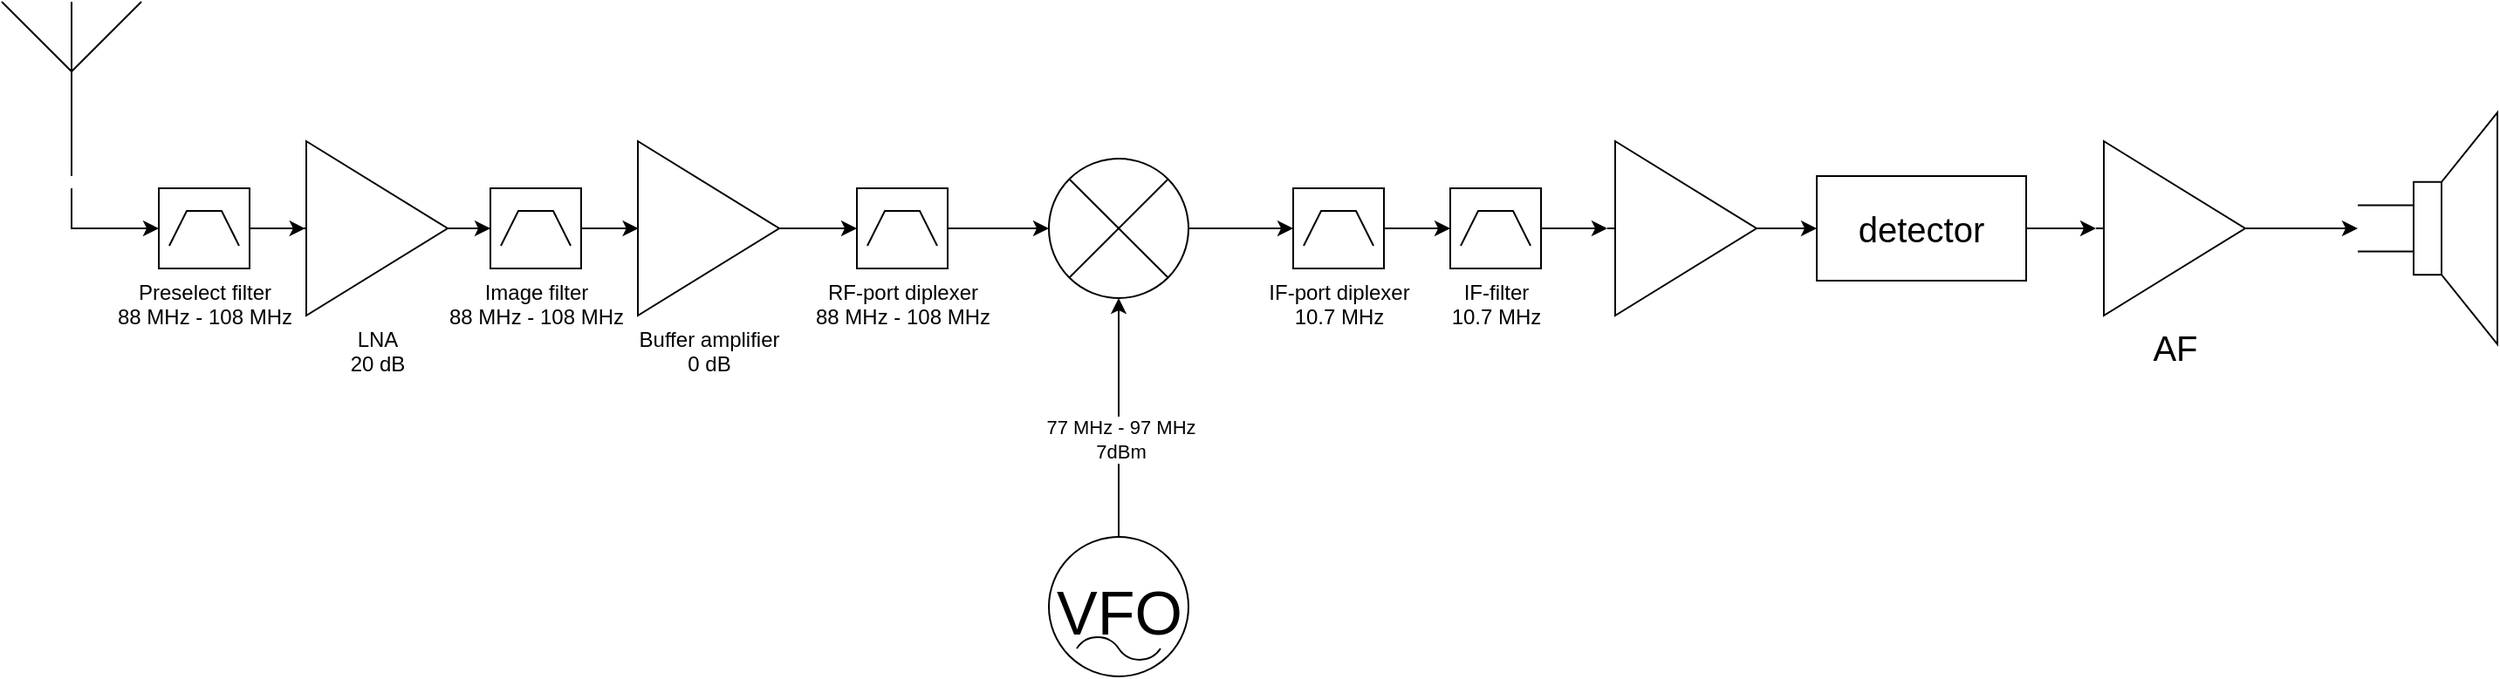
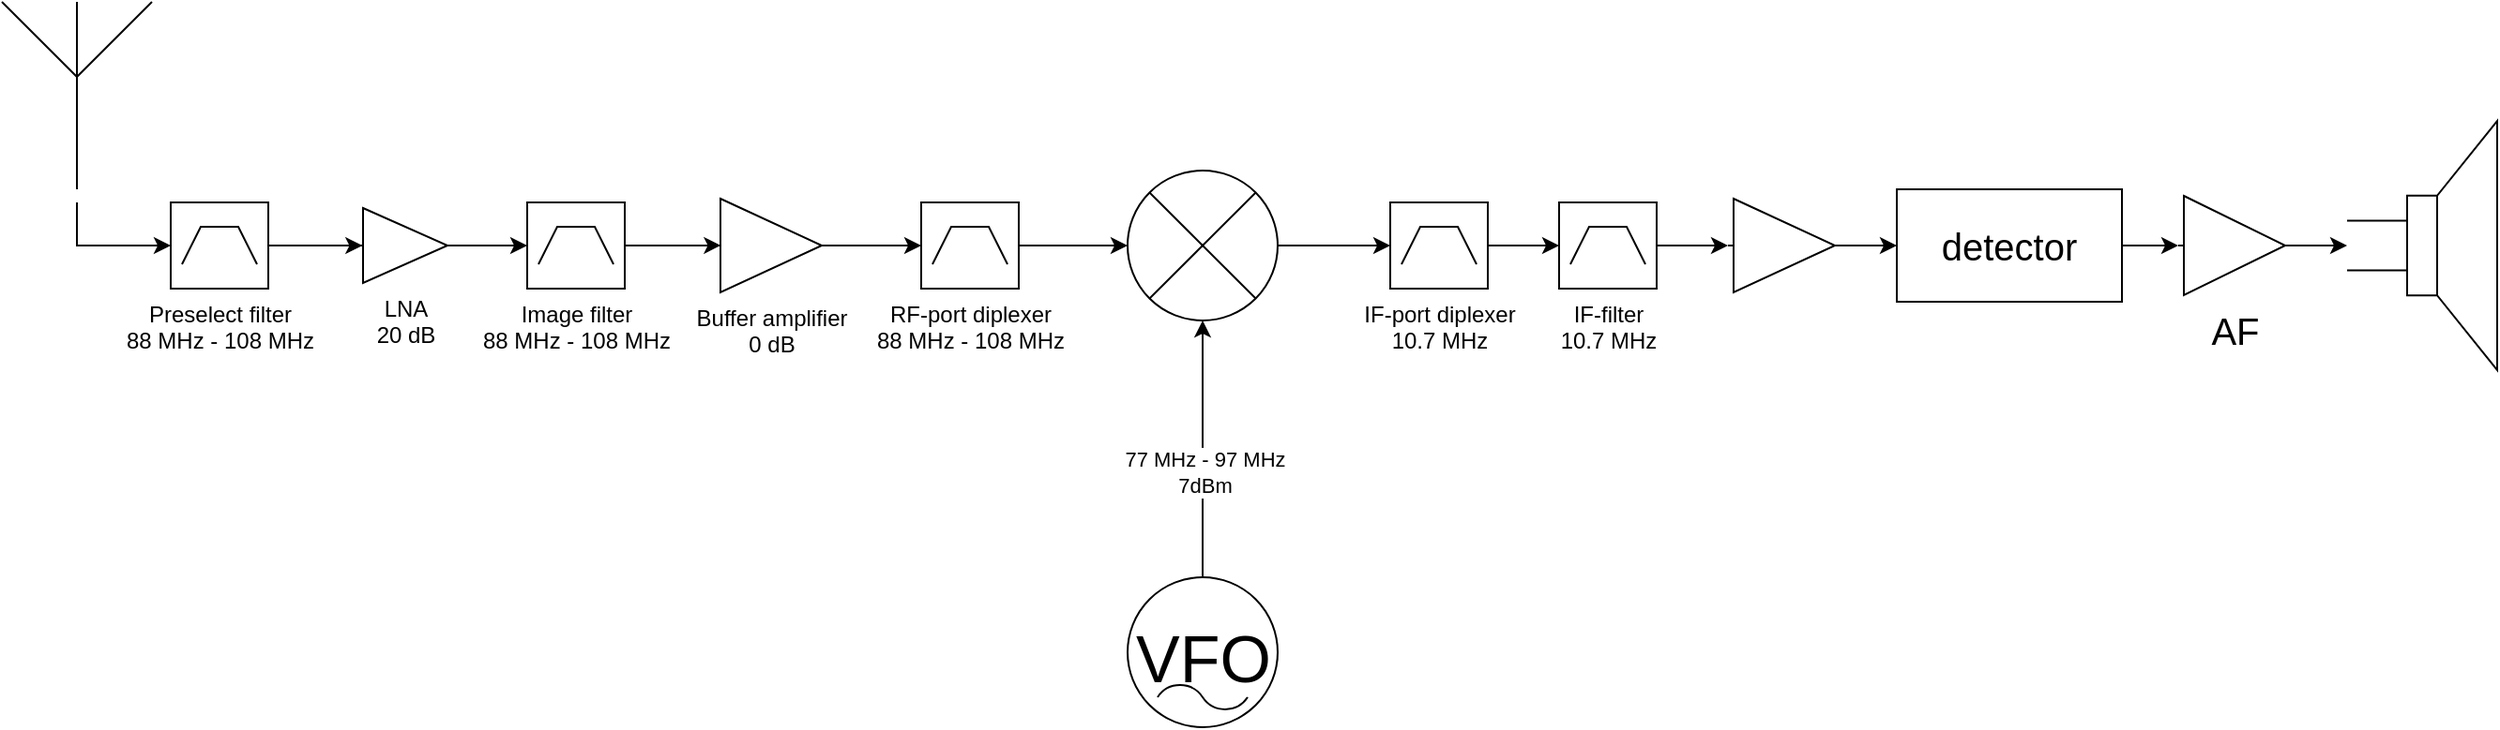
<mxfile host="app.diagrams.net">
  <diagram name="Page-1" id="PCNlbZ1DT6RJRFkFFL8d">
-     <mxGraphModel dx="1836" dy="1093" grid="1" gridSize="10" guides="1" tooltips="1" connect="1" arrows="1" fold="1" page="1" pageScale="1" pageWidth="1654" pageHeight="1169" math="0" shadow="0">
+     <mxGraphModel dx="1285" dy="765" grid="1" gridSize="10" guides="1" tooltips="1" connect="1" arrows="1" fold="1" page="1" pageScale="1" pageWidth="1654" pageHeight="1169" math="0" shadow="0">
      <root>
        <mxCell id="0" />
        <mxCell id="1" parent="0" />
        <mxCell id="W7JS0AQx9z06Z-LZqU3p-1" parent="1" style="verticalLabelPosition=bottom;shadow=0;dashed=0;align=center;html=1;verticalAlign=top;shape=mxgraph.electrical.logic_gates.bandpass_filter;" value="Preselect filter&lt;div&gt;88 MHz - 108 MHz&lt;/div&gt;" vertex="1">
          <mxGeometry height="46" width="52" x="90" y="160" as="geometry" />
        </mxCell>
        <mxCell id="W7JS0AQx9z06Z-LZqU3p-2" parent="1" style="verticalLabelPosition=bottom;shadow=0;dashed=0;align=center;html=1;verticalAlign=top;shape=mxgraph.electrical.radio.aerial_-_antenna_1;" value="" vertex="1">
          <mxGeometry height="100" width="80" y="53" as="geometry" />
        </mxCell>
        <mxCell id="W7JS0AQx9z06Z-LZqU3p-28" edge="1" parent="1" source="W7JS0AQx9z06Z-LZqU3p-3" style="edgeStyle=orthogonalEdgeStyle;rounded=0;orthogonalLoop=1;jettySize=auto;html=1;exitX=1;exitY=0.5;exitDx=0;exitDy=0;exitPerimeter=0;" target="W7JS0AQx9z06Z-LZqU3p-4">
          <mxGeometry relative="1" as="geometry" />
        </mxCell>
        <mxCell id="W7JS0AQx9z06Z-LZqU3p-3" parent="1" style="verticalLabelPosition=bottom;shadow=0;dashed=0;align=center;html=1;verticalAlign=top;shape=mxgraph.electrical.abstract.amplifier;" value="LNA&lt;div&gt;20 dB&lt;/div&gt;" vertex="1">
-           <mxGeometry height="100" width="90" x="170" y="133" as="geometry" />
+           <mxGeometry height="40" width="50" x="190" y="163" as="geometry" />
        </mxCell>
        <mxCell id="W7JS0AQx9z06Z-LZqU3p-4" parent="1" style="verticalLabelPosition=bottom;shadow=0;dashed=0;align=center;html=1;verticalAlign=top;shape=mxgraph.electrical.logic_gates.bandpass_filter;" value="Image filter&lt;div&gt;88 MHz - 108 MHz&lt;/div&gt;" vertex="1">
          <mxGeometry height="46" width="52" x="280" y="160" as="geometry" />
        </mxCell>
        <mxCell id="W7JS0AQx9z06Z-LZqU3p-5" parent="1" style="ellipse;whiteSpace=wrap;html=1;aspect=fixed;" value="" vertex="1">
          <mxGeometry height="80" width="80" x="600" y="143" as="geometry" />
        </mxCell>
        <mxCell id="W7JS0AQx9z06Z-LZqU3p-6" edge="1" parent="1" source="W7JS0AQx9z06Z-LZqU3p-5" style="endArrow=none;html=1;rounded=0;entryX=1;entryY=0;entryDx=0;entryDy=0;exitX=0;exitY=1;exitDx=0;exitDy=0;" target="W7JS0AQx9z06Z-LZqU3p-5" value="">
          <mxGeometry height="50" relative="1" width="50" as="geometry">
            <mxPoint x="440" y="420" as="sourcePoint" />
            <mxPoint x="490" y="370" as="targetPoint" />
          </mxGeometry>
        </mxCell>
        <mxCell id="W7JS0AQx9z06Z-LZqU3p-7" edge="1" parent="1" source="W7JS0AQx9z06Z-LZqU3p-5" style="endArrow=none;html=1;rounded=0;entryX=0;entryY=0;entryDx=0;entryDy=0;exitX=1;exitY=1;exitDx=0;exitDy=0;" target="W7JS0AQx9z06Z-LZqU3p-5" value="">
          <mxGeometry height="50" relative="1" width="50" as="geometry">
            <mxPoint x="440" y="420" as="sourcePoint" />
            <mxPoint x="490" y="370" as="targetPoint" />
          </mxGeometry>
        </mxCell>
        <mxCell id="W7JS0AQx9z06Z-LZqU3p-24" edge="1" parent="1" source="W7JS0AQx9z06Z-LZqU3p-8" style="edgeStyle=orthogonalEdgeStyle;rounded=0;orthogonalLoop=1;jettySize=auto;html=1;exitX=0.5;exitY=0;exitDx=0;exitDy=0;exitPerimeter=0;entryX=0.5;entryY=1;entryDx=0;entryDy=0;" target="W7JS0AQx9z06Z-LZqU3p-5">
          <mxGeometry relative="1" as="geometry" />
        </mxCell>
        <mxCell id="W7JS0AQx9z06Z-LZqU3p-25" connectable="0" parent="W7JS0AQx9z06Z-LZqU3p-24" style="edgeLabel;html=1;align=center;verticalAlign=middle;resizable=0;points=[];" value="77 MHz - 97 MHz&lt;div&gt;7dBm&lt;/div&gt;" vertex="1">
          <mxGeometry relative="1" x="-0.1785" y="-1" as="geometry">
            <mxPoint as="offset" />
          </mxGeometry>
        </mxCell>
        <mxCell id="W7JS0AQx9z06Z-LZqU3p-8" parent="1" style="dashed=0;outlineConnect=0;align=center;html=1;shape=mxgraph.pid.engines.generator_(ac);fontSize=45;" value="&lt;font style=&quot;font-size: 35px;&quot;&gt;VFO&lt;/font&gt;" vertex="1">
          <mxGeometry height="80" width="80" x="600" y="360" as="geometry" />
        </mxCell>
        <mxCell id="W7JS0AQx9z06Z-LZqU3p-10" parent="1" style="verticalLabelPosition=bottom;shadow=0;dashed=0;align=center;html=1;verticalAlign=top;shape=mxgraph.electrical.logic_gates.bandpass_filter;" value="IF-filter&lt;div&gt;10.7 MHz&lt;/div&gt;" vertex="1">
          <mxGeometry height="46" width="52" x="830" y="160" as="geometry" />
        </mxCell>
        <mxCell id="W7JS0AQx9z06Z-LZqU3p-35" edge="1" parent="1" source="W7JS0AQx9z06Z-LZqU3p-11" style="edgeStyle=orthogonalEdgeStyle;rounded=0;orthogonalLoop=1;jettySize=auto;html=1;exitX=1;exitY=0.5;exitDx=0;exitDy=0;exitPerimeter=0;entryX=0;entryY=0.5;entryDx=0;entryDy=0;" target="W7JS0AQx9z06Z-LZqU3p-12">
          <mxGeometry relative="1" as="geometry" />
        </mxCell>
        <mxCell id="W7JS0AQx9z06Z-LZqU3p-11" parent="1" style="verticalLabelPosition=bottom;shadow=0;dashed=0;align=center;html=1;verticalAlign=top;shape=mxgraph.electrical.abstract.amplifier;" value="" vertex="1">
-           <mxGeometry height="100" width="90" x="920" y="133" as="geometry" />
+           <mxGeometry height="50" width="60" x="920" y="158" as="geometry" />
        </mxCell>
        <mxCell id="W7JS0AQx9z06Z-LZqU3p-12" parent="1" style="rounded=0;whiteSpace=wrap;html=1;" value="&lt;font style=&quot;font-size: 20px;&quot;&gt;detector&lt;/font&gt;" vertex="1">
-           <mxGeometry height="60" width="120" x="1040" y="153" as="geometry" />
+           <mxGeometry height="60" width="120" x="1010" y="153" as="geometry" />
        </mxCell>
        <mxCell id="W7JS0AQx9z06Z-LZqU3p-37" edge="1" parent="1" source="W7JS0AQx9z06Z-LZqU3p-13" style="edgeStyle=orthogonalEdgeStyle;rounded=0;orthogonalLoop=1;jettySize=auto;html=1;" target="W7JS0AQx9z06Z-LZqU3p-14">
          <mxGeometry relative="1" as="geometry" />
        </mxCell>
        <mxCell id="W7JS0AQx9z06Z-LZqU3p-13" parent="1" style="verticalLabelPosition=bottom;shadow=0;dashed=0;align=center;html=1;verticalAlign=top;shape=mxgraph.electrical.abstract.amplifier;" value="&lt;font style=&quot;font-size: 20px;&quot;&gt;AF&lt;/font&gt;" vertex="1">
-           <mxGeometry height="100" width="90" x="1200" y="133" as="geometry" />
+           <mxGeometry height="53" width="60" x="1160" y="156.5" as="geometry" />
        </mxCell>
        <mxCell id="W7JS0AQx9z06Z-LZqU3p-14" parent="1" style="pointerEvents=1;verticalLabelPosition=bottom;shadow=0;dashed=0;align=center;html=1;verticalAlign=top;shape=mxgraph.electrical.electro-mechanical.loudspeaker;" value="" vertex="1">
-           <mxGeometry height="133" width="80" x="1350" y="116.5" as="geometry" />
+           <mxGeometry height="133" width="80" x="1250" y="116.5" as="geometry" />
        </mxCell>
        <mxCell id="W7JS0AQx9z06Z-LZqU3p-19" parent="1" style="verticalLabelPosition=bottom;shadow=0;dashed=0;align=center;html=1;verticalAlign=top;shape=mxgraph.electrical.abstract.amplifier;" value="&lt;div&gt;Buffer amplifier&lt;/div&gt;0 dB" vertex="1">
-           <mxGeometry height="100" width="90" x="360" y="133" as="geometry" />
+           <mxGeometry height="50" width="60" x="380" y="158" as="geometry" />
        </mxCell>
        <mxCell id="W7JS0AQx9z06Z-LZqU3p-31" edge="1" parent="1" source="W7JS0AQx9z06Z-LZqU3p-20" style="edgeStyle=orthogonalEdgeStyle;rounded=0;orthogonalLoop=1;jettySize=auto;html=1;exitX=1;exitY=0.5;exitDx=0;exitDy=0;exitPerimeter=0;entryX=0;entryY=0.5;entryDx=0;entryDy=0;" target="W7JS0AQx9z06Z-LZqU3p-5">
          <mxGeometry relative="1" as="geometry" />
        </mxCell>
        <mxCell id="W7JS0AQx9z06Z-LZqU3p-20" parent="1" style="verticalLabelPosition=bottom;shadow=0;dashed=0;align=center;html=1;verticalAlign=top;shape=mxgraph.electrical.logic_gates.bandpass_filter;" value="RF-port diplexer&lt;div&gt;88 MHz - 108 MHz&lt;/div&gt;" vertex="1">
          <mxGeometry height="46" width="52" x="490" y="160" as="geometry" />
        </mxCell>
        <mxCell id="W7JS0AQx9z06Z-LZqU3p-21" parent="1" style="verticalLabelPosition=bottom;shadow=0;dashed=0;align=center;html=1;verticalAlign=top;shape=mxgraph.electrical.logic_gates.bandpass_filter;" value="IF-port diplexer&lt;div&gt;10.7 MHz&lt;/div&gt;" vertex="1">
          <mxGeometry height="46" width="52" x="740" y="160" as="geometry" />
        </mxCell>
        <mxCell id="W7JS0AQx9z06Z-LZqU3p-26" edge="1" parent="1" style="edgeStyle=orthogonalEdgeStyle;rounded=0;orthogonalLoop=1;jettySize=auto;html=1;entryX=0;entryY=0.5;entryDx=0;entryDy=0;entryPerimeter=0;" target="W7JS0AQx9z06Z-LZqU3p-1">
          <mxGeometry relative="1" as="geometry">
            <Array as="points">
              <mxPoint x="40" y="183" />
            </Array>
            <mxPoint x="40" y="160" as="sourcePoint" />
          </mxGeometry>
        </mxCell>
        <mxCell id="W7JS0AQx9z06Z-LZqU3p-27" edge="1" parent="1" source="W7JS0AQx9z06Z-LZqU3p-1" style="edgeStyle=orthogonalEdgeStyle;rounded=0;orthogonalLoop=1;jettySize=auto;html=1;entryX=0.043;entryY=0.501;entryDx=0;entryDy=0;entryPerimeter=0;" target="W7JS0AQx9z06Z-LZqU3p-3">
          <mxGeometry relative="1" as="geometry" />
        </mxCell>
        <mxCell id="W7JS0AQx9z06Z-LZqU3p-29" edge="1" parent="1" source="W7JS0AQx9z06Z-LZqU3p-4" style="edgeStyle=orthogonalEdgeStyle;rounded=0;orthogonalLoop=1;jettySize=auto;html=1;exitX=1;exitY=0.5;exitDx=0;exitDy=0;exitPerimeter=0;entryX=0.053;entryY=0.499;entryDx=0;entryDy=0;entryPerimeter=0;" target="W7JS0AQx9z06Z-LZqU3p-19">
          <mxGeometry relative="1" as="geometry" />
        </mxCell>
        <mxCell id="W7JS0AQx9z06Z-LZqU3p-30" edge="1" parent="1" source="W7JS0AQx9z06Z-LZqU3p-19" style="edgeStyle=orthogonalEdgeStyle;rounded=0;orthogonalLoop=1;jettySize=auto;html=1;entryX=0;entryY=0.5;entryDx=0;entryDy=0;entryPerimeter=0;" target="W7JS0AQx9z06Z-LZqU3p-20">
          <mxGeometry relative="1" as="geometry" />
        </mxCell>
        <mxCell id="W7JS0AQx9z06Z-LZqU3p-32" edge="1" parent="1" source="W7JS0AQx9z06Z-LZqU3p-5" style="edgeStyle=orthogonalEdgeStyle;rounded=0;orthogonalLoop=1;jettySize=auto;html=1;entryX=0;entryY=0.5;entryDx=0;entryDy=0;entryPerimeter=0;" target="W7JS0AQx9z06Z-LZqU3p-21">
          <mxGeometry relative="1" as="geometry" />
        </mxCell>
        <mxCell id="W7JS0AQx9z06Z-LZqU3p-33" edge="1" parent="1" source="W7JS0AQx9z06Z-LZqU3p-21" style="edgeStyle=orthogonalEdgeStyle;rounded=0;orthogonalLoop=1;jettySize=auto;html=1;exitX=1;exitY=0.5;exitDx=0;exitDy=0;exitPerimeter=0;entryX=0;entryY=0.5;entryDx=0;entryDy=0;entryPerimeter=0;" target="W7JS0AQx9z06Z-LZqU3p-10">
          <mxGeometry relative="1" as="geometry" />
        </mxCell>
        <mxCell id="W7JS0AQx9z06Z-LZqU3p-34" edge="1" parent="1" source="W7JS0AQx9z06Z-LZqU3p-10" style="edgeStyle=orthogonalEdgeStyle;rounded=0;orthogonalLoop=1;jettySize=auto;html=1;exitX=1;exitY=0.5;exitDx=0;exitDy=0;exitPerimeter=0;entryX=0;entryY=0.5;entryDx=0;entryDy=0;entryPerimeter=0;" target="W7JS0AQx9z06Z-LZqU3p-11">
          <mxGeometry relative="1" as="geometry" />
        </mxCell>
        <mxCell id="W7JS0AQx9z06Z-LZqU3p-36" edge="1" parent="1" source="W7JS0AQx9z06Z-LZqU3p-12" style="edgeStyle=orthogonalEdgeStyle;rounded=0;orthogonalLoop=1;jettySize=auto;html=1;exitX=1;exitY=0.5;exitDx=0;exitDy=0;entryX=0;entryY=0.5;entryDx=0;entryDy=0;entryPerimeter=0;" target="W7JS0AQx9z06Z-LZqU3p-13">
          <mxGeometry relative="1" as="geometry" />
        </mxCell>
      </root>
    </mxGraphModel>
  </diagram>
</mxfile>
